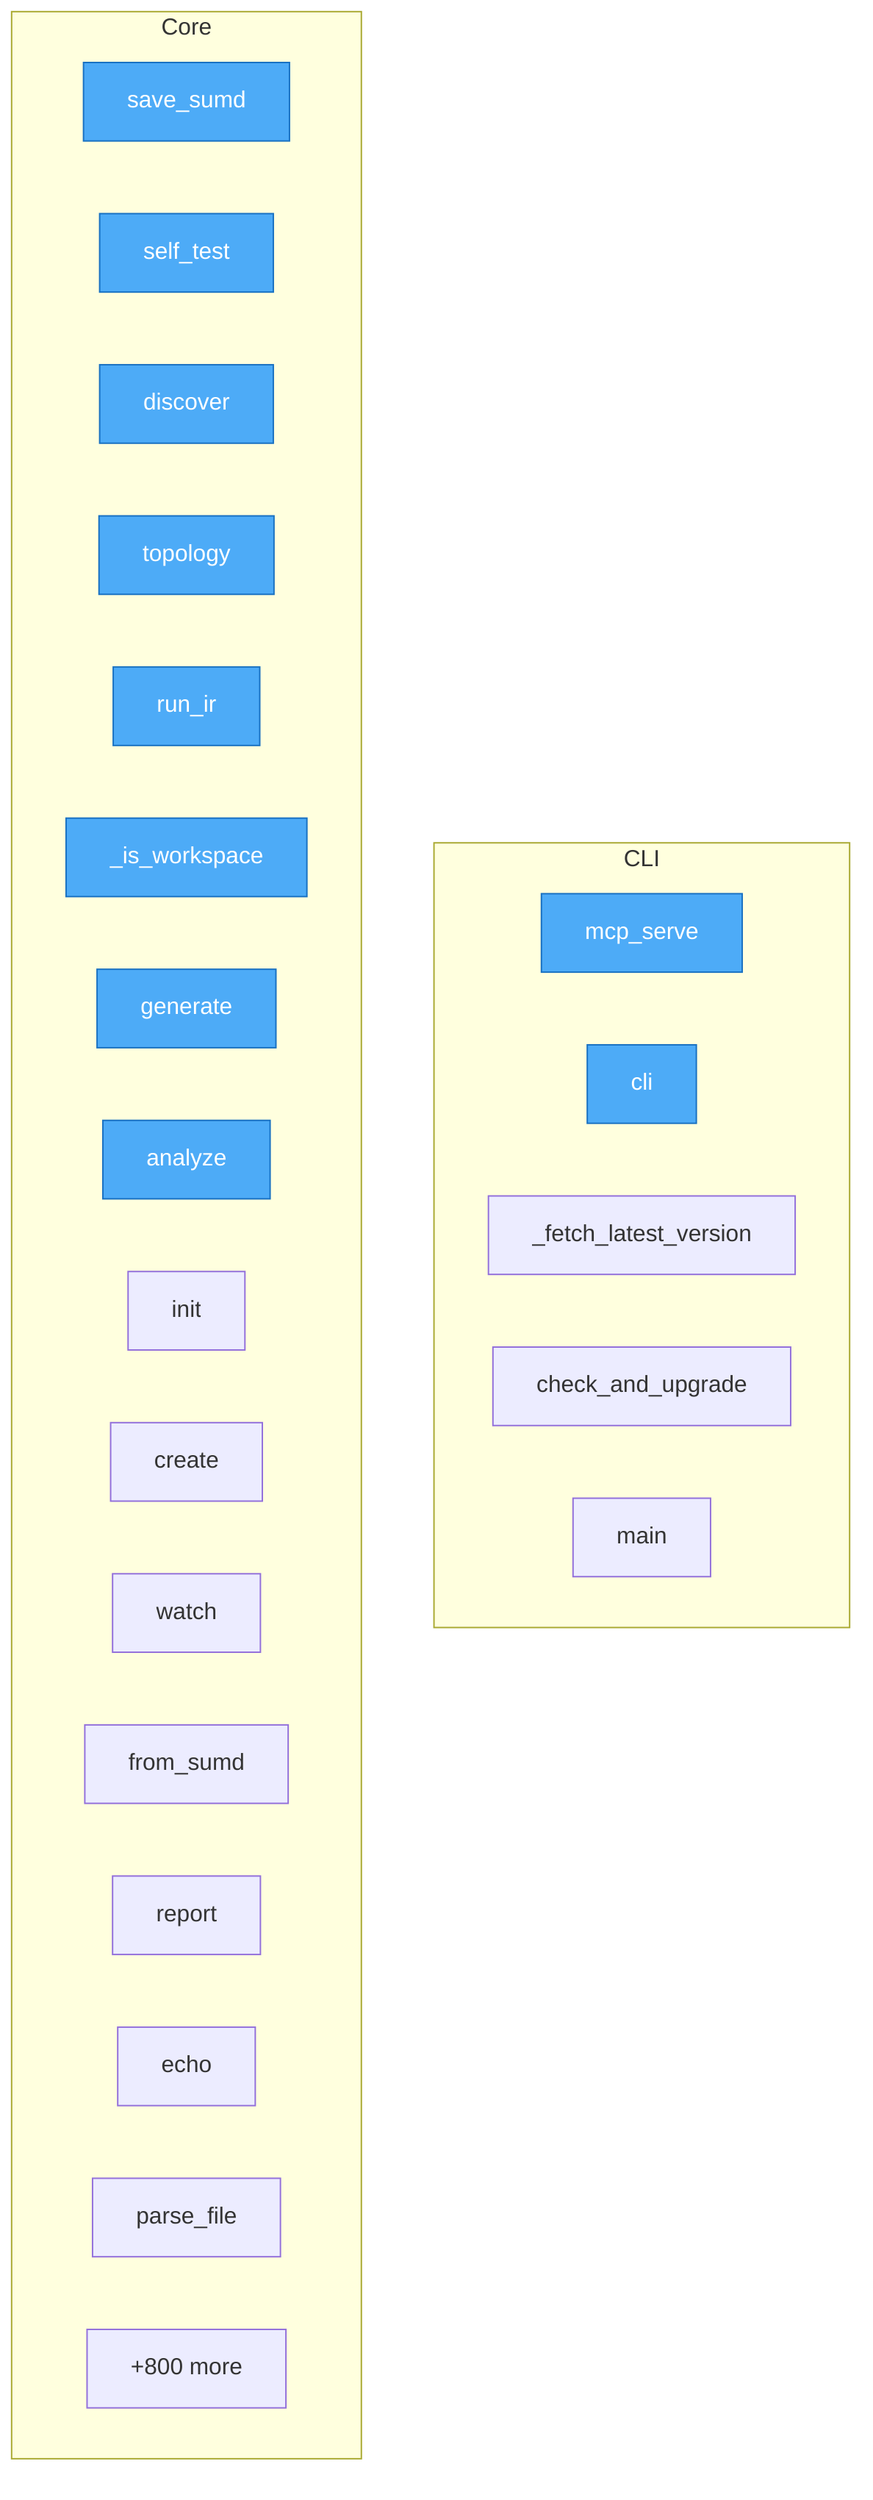
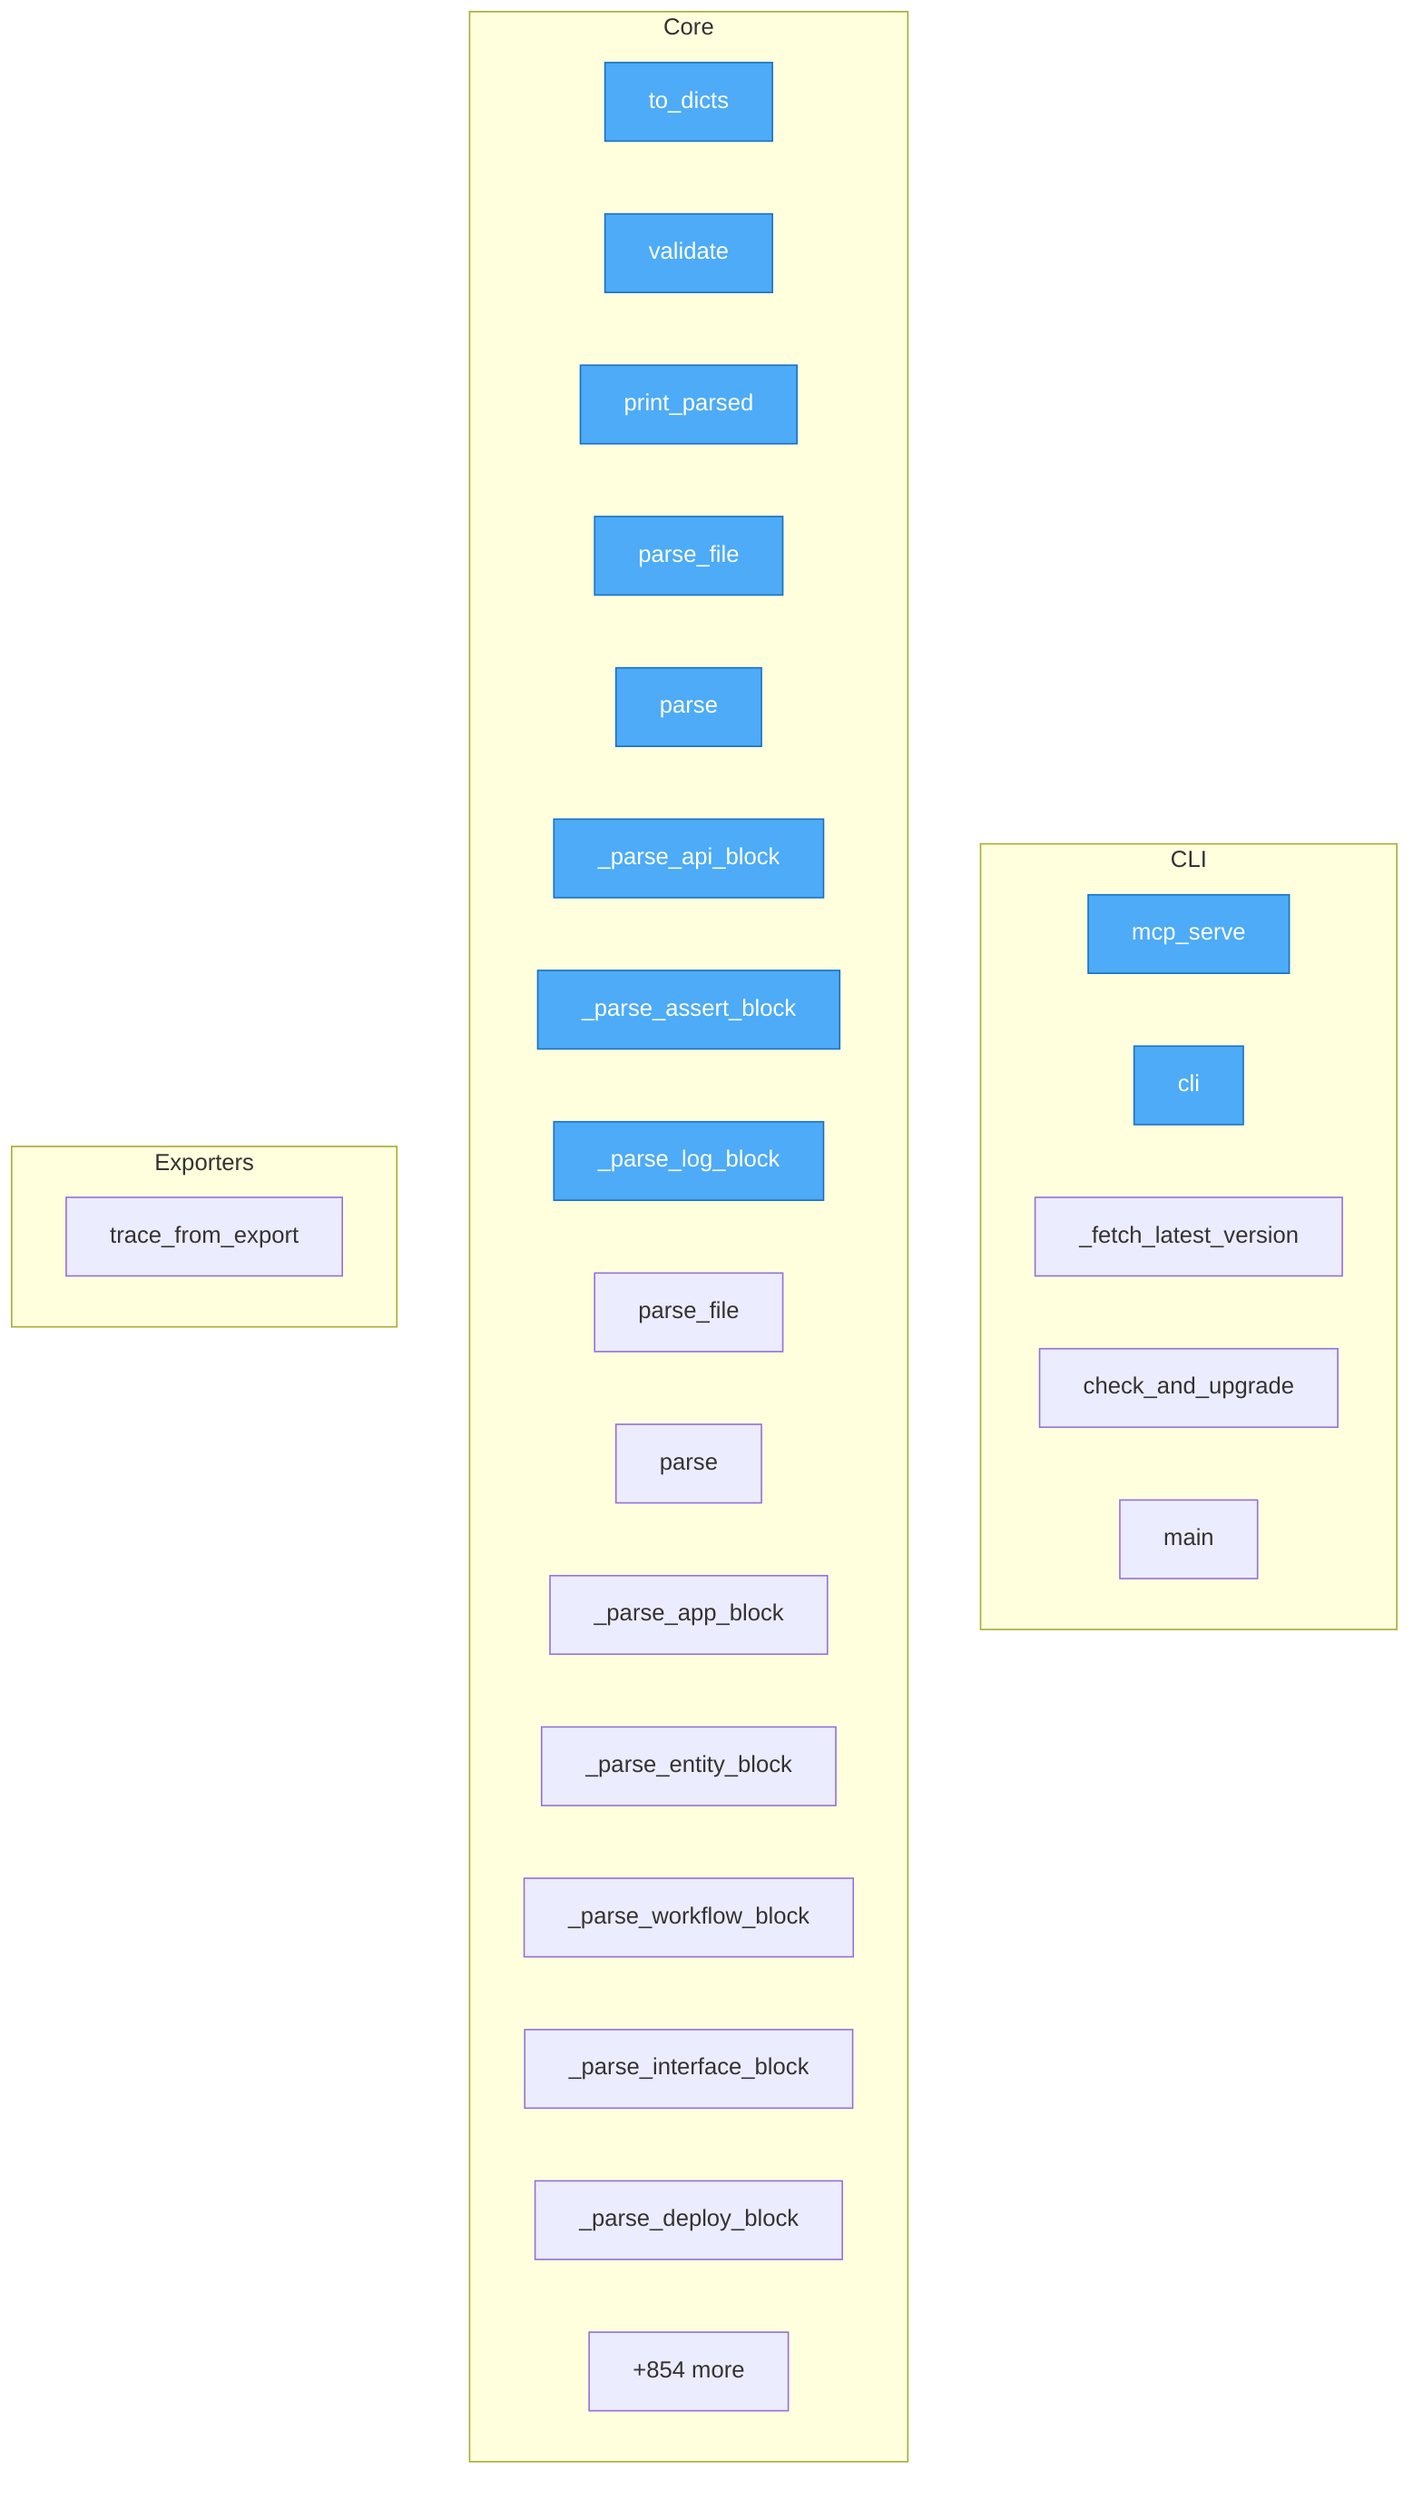
flowchart TD
- %% generated in 0.06s
+ %% generated in 0.03s

    %% Entry points (blue)
    classDef entry fill:#4dabf7,stroke:#1971c2,color:#fff

    subgraph CLI
        testql__cli__mcp_serve["mcp_serve"]
        testql__cli__cli["cli"]
        testql__cli___fetch_latest_version["_fetch_latest_version"]
        testql__cli__check_and_upgrade["check_and_upgrade"]
        testql__cli__main["main"]
    end

    subgraph Core
-         testql__sumd_generator__save_sumd["save_sumd"]
-         testql__commands__self_test_cmd__self_test["self_test"]
-         testql__commands__discover_cmd__discover["discover"]
-         testql__commands__topology_cmd__topology["topology"]
-         testql__commands__run_ir_cmd__run_ir["run_ir"]
-         testql__commands__generate_cmd___is_workspace["_is_workspace"]
-         testql__commands__generate_cmd__generate["generate"]
-         testql__commands__generate_cmd__analyze["analyze"]
-         testql__commands__misc_cmds__init["init"]
-         testql__commands__misc_cmds__create["create"]
-         testql__commands__misc_cmds__watch["watch"]
-         testql__commands__misc_cmds__from_sumd["from_sumd"]
-         testql__commands__misc_cmds__report["report"]
-         testql__commands__misc_cmds__echo["echo"]
-         testql__sumd_parser__SumdParser__parse_file["parse_file"]
-         ...["+800 more"]
+         TODO__testtoon_parser__Section__to_dicts["to_dicts"]
+         TODO__testtoon_parser__Section__validate["validate"]
+         TODO__testtoon_parser__print_parsed["print_parsed"]
+         testql__toon_parser__ToonParser__parse_file["parse_file"]
+         testql__toon_parser__ToonParser__parse["parse"]
+         testql__toon_parser__ToonParser___parse_api_block["_parse_api_block"]
+         testql__toon_parser__ToonParser___parse_assert_block["_parse_assert_block"]
+         testql__toon_parser__ToonParser___parse_log_block["_parse_log_block"]
+         testql__doql_parser__DoqlParser__parse_file["parse_file"]
+         testql__doql_parser__DoqlParser__parse["parse"]
+         testql__doql_parser__DoqlParser___parse_app_block["_parse_app_block"]
+         testql__doql_parser__DoqlParser___parse_entity_block["_parse_entity_block"]
+         testql__doql_parser__DoqlParser___parse_workflow_block["_parse_workflow_block"]
+         testql__doql_parser__DoqlParser___parse_interface_block["_parse_interface_block"]
+         testql__doql_parser__DoqlParser___parse_deploy_block["_parse_deploy_block"]
+         ...["+854 more"]
    end

-     class testql__sumd_generator__save_sumd,testql__commands__self_test_cmd__self_test,testql__commands__discover_cmd__discover,testql__commands__topology_cmd__topology,testql__commands__run_ir_cmd__run_ir,testql__commands__generate_cmd___is_workspace,testql__commands__generate_cmd__generate,testql__commands__generate_cmd__analyze,testql__cli__mcp_serve,testql__cli__cli entry
+     subgraph Exporters
+         testql__generators__conversation_generator__trace_from_export["trace_from_export"]
+     end
+ 
+     class TODO__testtoon_parser__Section__to_dicts,TODO__testtoon_parser__Section__validate,TODO__testtoon_parser__print_parsed,testql__toon_parser__ToonParser__parse_file,testql__toon_parser__ToonParser__parse,testql__toon_parser__ToonParser___parse_api_block,testql__toon_parser__ToonParser___parse_assert_block,testql__toon_parser__ToonParser___parse_log_block,testql__cli__mcp_serve,testql__cli__cli entry
